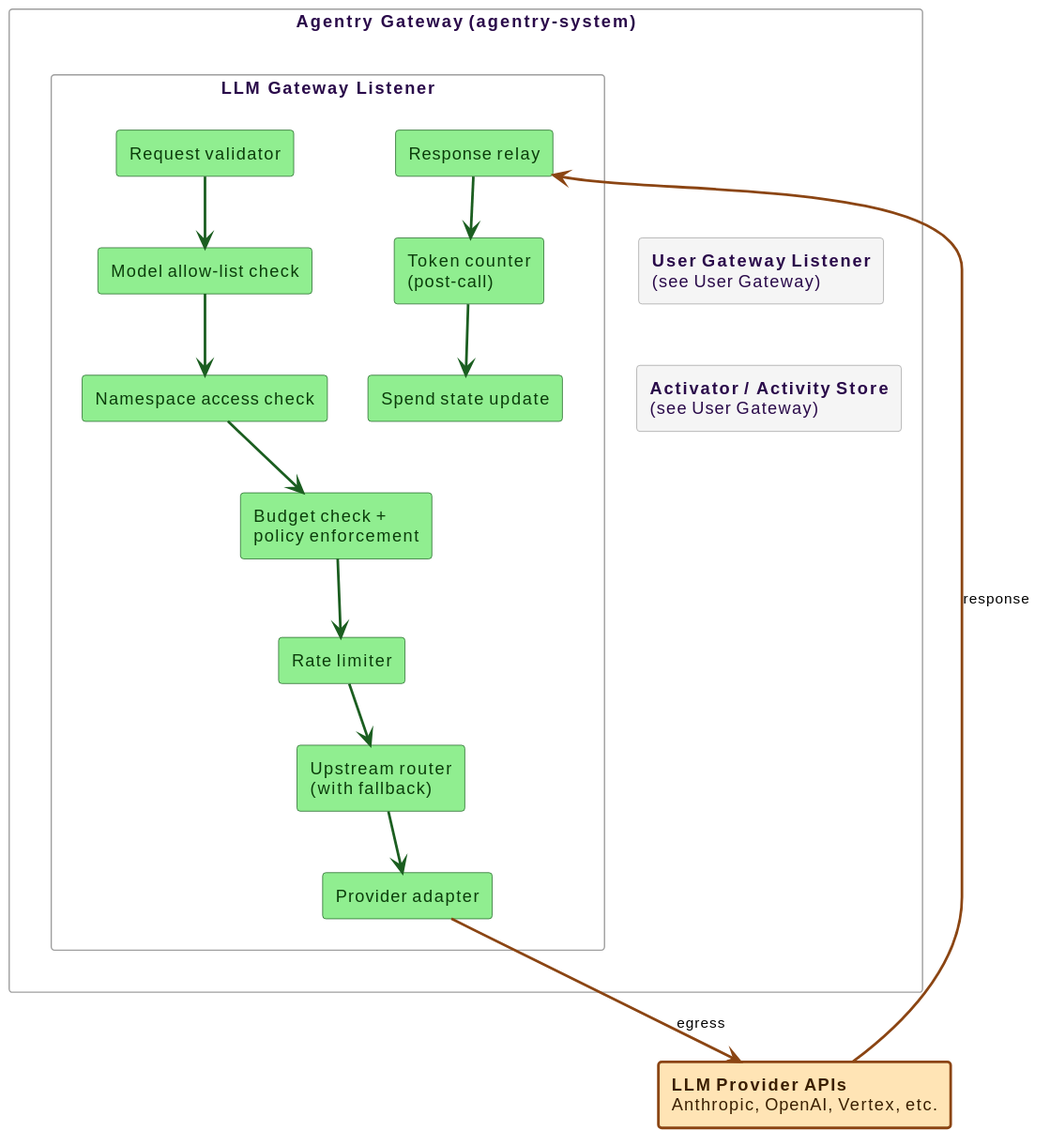
This is docs/src/diagrams/llm-gateway-pipeline.svg from win07xp/kaalm, a PlantUML export, as it was before one commit.
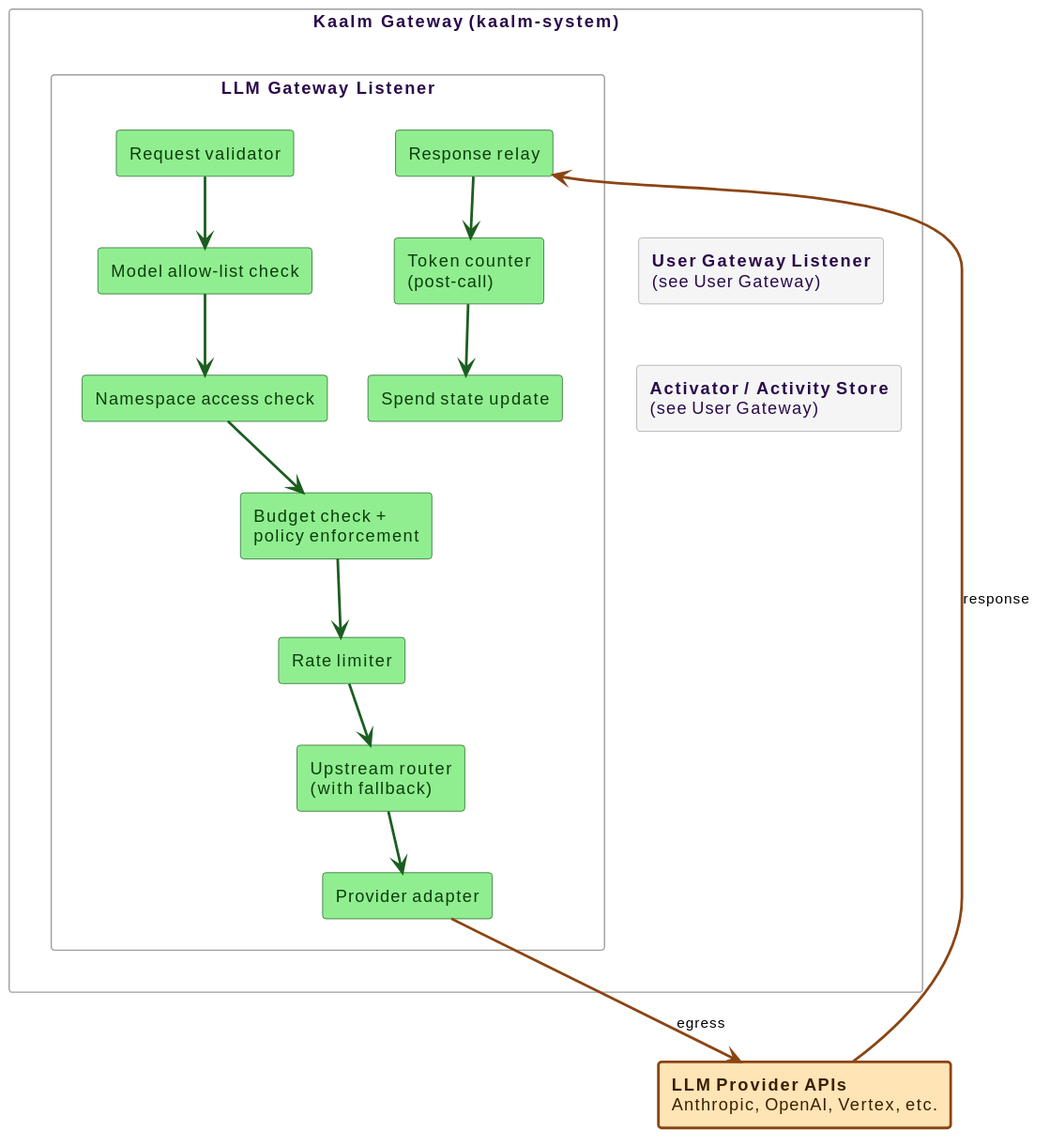
After the change.

Change to the diagram source:
```diff
@@ -1,7 +1,7 @@
 @startuml
 !include _style.puml
 
-rectangle "**Agentry Gateway** (agentry-system)" as gwproc {
+rectangle "**Kaalm Gateway** (kaalm-system)" as gwproc {
 
   rectangle "**LLM Gateway Listener**" as llml {
     rectangle "Request validator" as v #back:90EE90;line:1B5E20;text:0b3d0b
```
